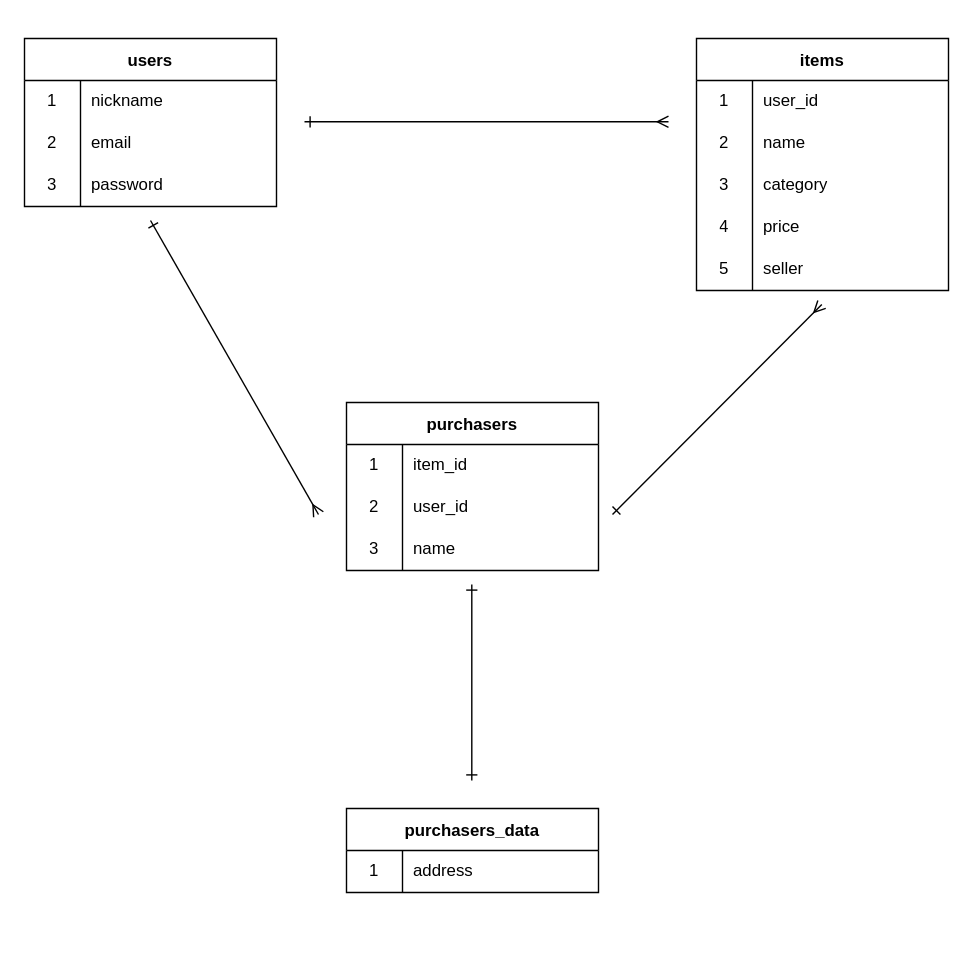
Earlier version of the draw.io diagram furima.dio (sawasawashu/furima-38849). Source tidied: cells renumbered, new cells numbered last; positions are measured from the earlier drawing's top-left corner, leaving out a move shared by most shapes. Both pictures are drawn from the tidied source at 140%, with x=0, y=0 at pixel (24, 38).
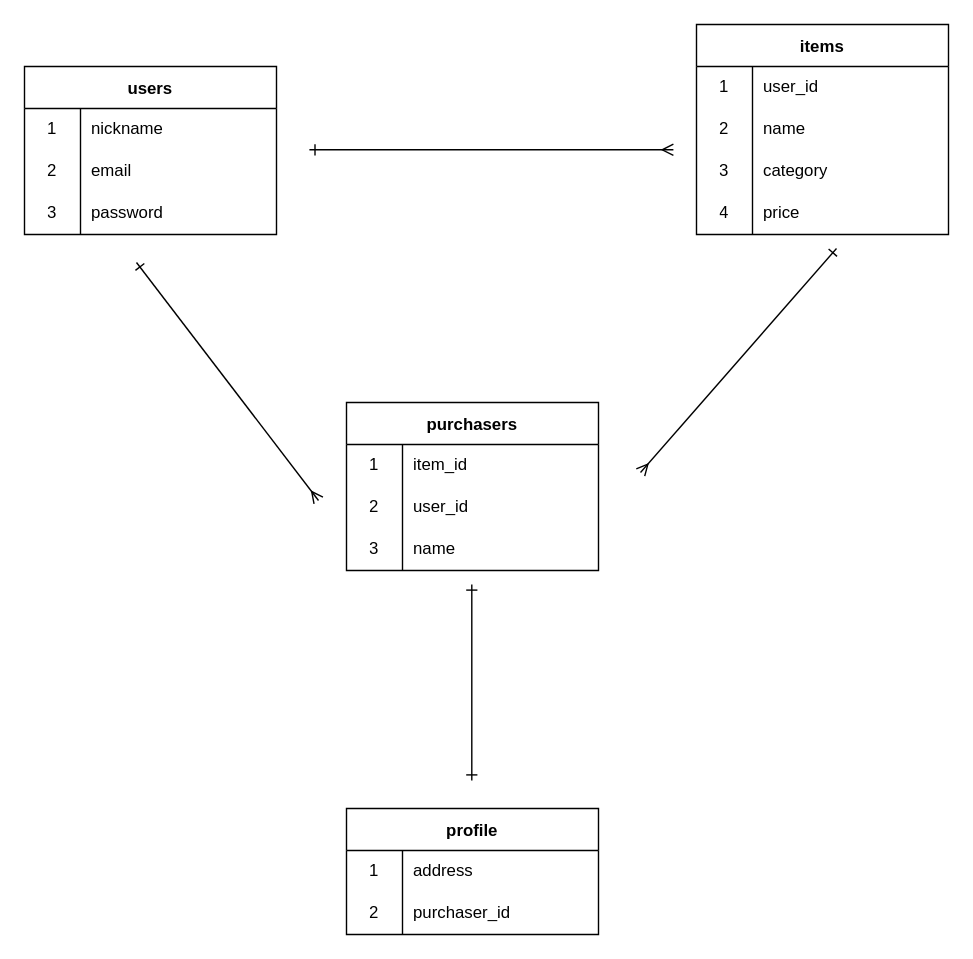
The same page after the edit.

Commit message (it also covers changes not shown here):
issue3データベース設計

The edit, as a diff of the source:
```diff
@@
     <mxCell id="2" value="users" style="shape=table;startSize=30;childLayout=tableLayout;rowLines=0;fontStyle=1;" parent="1" vertex="1">
-      <mxGeometry width="180" height="120" as="geometry" />
+      <mxGeometry y="20" width="180" height="120" as="geometry" />
     </mxCell>
@@
     <mxCell id="12" value="items" style="shape=table;startSize=30;childLayout=tableLayout;rowLines=0;fontStyle=1;" parent="1" vertex="1">
-      <mxGeometry x="480" width="180" height="180" as="geometry" />
+      <mxGeometry x="480" y="-10" width="180" height="150" as="geometry" />
     </mxCell>
@@
-    <mxCell id="25" style="shape=tableRow;horizontal=0;startSize=0;swimlaneHead=0;swimlaneBody=0;top=0;left=0;bottom=0;right=0;fillColor=none;" parent="12" vertex="1">
-      <mxGeometry y="150" width="180" height="30" as="geometry" />
-    </mxCell>
-    <mxCell id="26" value="5" style="shape=partialRectangle;html=1;whiteSpace=wrap;fillColor=none;top=0;left=0;bottom=0;right=0;overflow=hidden;" parent="25" vertex="1">
-      <mxGeometry width="40" height="30" as="geometry" />
-    </mxCell>
-    <mxCell id="27" value="seller" style="shape=partialRectangle;html=1;whiteSpace=wrap;fillColor=none;top=0;left=0;bottom=0;right=0;align=left;spacingLeft=6;overflow=hidden;" parent="25" vertex="1">
-      <mxGeometry x="40" width="140" height="30" as="geometry" />
-    </mxCell>
     <mxCell id="28" style="endArrow=ERmany;html=1;startArrow=ERone;startFill=0;endFill=0;" parent="1" edge="1">
       <mxGeometry relative="1" as="geometry">
-        <mxPoint x="200" y="59.5" as="sourcePoint" />
-        <mxPoint x="460" y="59.5" as="targetPoint" />
+        <mxPoint x="203.5" y="79.5" as="sourcePoint" />
+        <mxPoint x="463.5" y="79.5" as="targetPoint" />
       </mxGeometry>
     </mxCell>
@@
-    <mxCell id="39" style="endArrow=ERmany;html=1;startArrow=ERone;startFill=0;endFill=0;" parent="1" edge="1">
+    <mxCell id="39" style="endArrow=ERone;html=1;startArrow=ERmany;startFill=0;endFill=0;" parent="1" edge="1">
       <mxGeometry relative="1" as="geometry">
-        <mxPoint x="420" y="340" as="sourcePoint" />
-        <mxPoint x="569.5" y="190" as="targetPoint" />
+        <mxPoint x="440" y="310" as="sourcePoint" />
+        <mxPoint x="580" y="150" as="targetPoint" />
       </mxGeometry>
     </mxCell>
@@
-    <mxCell id="41" value="purchasers_data" style="shape=table;startSize=30;childLayout=tableLayout;rowLines=0;fontStyle=1;" parent="1" vertex="1">
-      <mxGeometry x="230" y="550" width="180" height="60" as="geometry" />
+    <mxCell id="41" value="profile" style="shape=table;startSize=30;childLayout=tableLayout;rowLines=0;fontStyle=1;" parent="1" vertex="1">
+      <mxGeometry x="230" y="550" width="180" height="90" as="geometry" />
     </mxCell>
@@
+    <mxCell id="46" style="shape=tableRow;horizontal=0;startSize=0;swimlaneHead=0;swimlaneBody=0;top=0;left=0;bottom=0;right=0;fillColor=none;" parent="41" vertex="1">
+      <mxGeometry y="60" width="180" height="30" as="geometry" />
+    </mxCell>
+    <mxCell id="47" value="2" style="shape=partialRectangle;html=1;whiteSpace=wrap;fillColor=none;top=0;left=0;bottom=0;right=0;overflow=hidden;" parent="46" vertex="1">
+      <mxGeometry width="40" height="30" as="geometry" />
+    </mxCell>
+    <mxCell id="48" value="purchaser_id" style="shape=partialRectangle;html=1;whiteSpace=wrap;fillColor=none;top=0;left=0;bottom=0;right=0;align=left;spacingLeft=6;overflow=hidden;" parent="46" vertex="1">
+      <mxGeometry x="40" width="140" height="30" as="geometry" />
+    </mxCell>
     <mxCell id="45" style="endArrow=ERmany;html=1;startArrow=ERone;startFill=0;endFill=0;" parent="1" edge="1">
       <mxGeometry relative="1" as="geometry">
-        <mxPoint x="90" y="130" as="sourcePoint" />
-        <mxPoint x="210" y="340" as="targetPoint" />
+        <mxPoint x="80" y="160" as="sourcePoint" />
+        <mxPoint x="210" y="330" as="targetPoint" />
       </mxGeometry>
     </mxCell>
```
